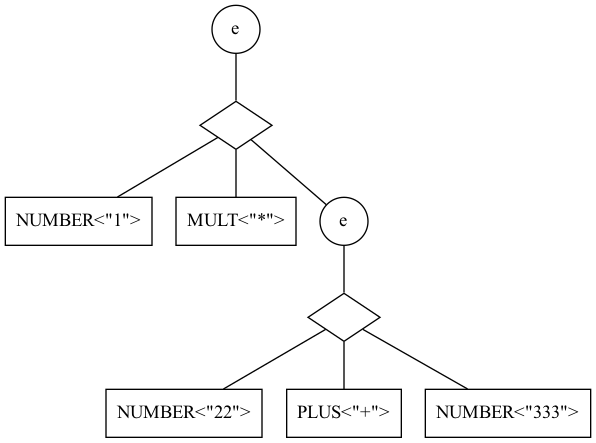
Before: assignments/hw3/images/parse_tree.png, a diagram exported from Graphviz (fredfeng/CS160). Its source is kept beside it as assignments/hw3/images/parse_tree.dot.
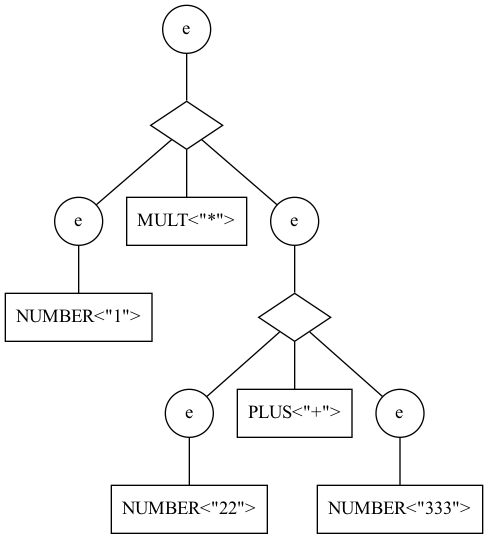
After the change.

Commit message:
Correct example parse tree

What changed in the source:
```diff
@@ -1,19 +1,25 @@
 graph G {
 n0 [label="e", shape=circle];
 n1 [label="", shape=diamond];
+n12 [label="e", shape=circle];
 n2 [label="NUMBER<\"1\">", shape=box];
 n3 [label="MULT<\"*\">", shape=box];
 n4 [label="e", shape=circle];
 n5 [label="", shape=diamond];
+n16 [label="e", shape=circle];
 n6 [label="NUMBER<\"22\">", shape=box];
 n7 [label="PLUS<\"+\">", shape=box];
+n18 [label="e", shape=circle];
 n8 [label="NUMBER<\"333\">", shape=box]
 n0 -- n1;
-n1 -- n2;
+n1 -- n12;
+n12 -- n2;
 n1 -- n3;
 n1 -- n4;
 n4 -- n5;
-n5 -- n6;
+n5 -- n16;
+n16 -- n6;
 n5 -- n7;
-n5 -- n8;
+n5 -- n18;
+n18 -- n8;
 }
```
